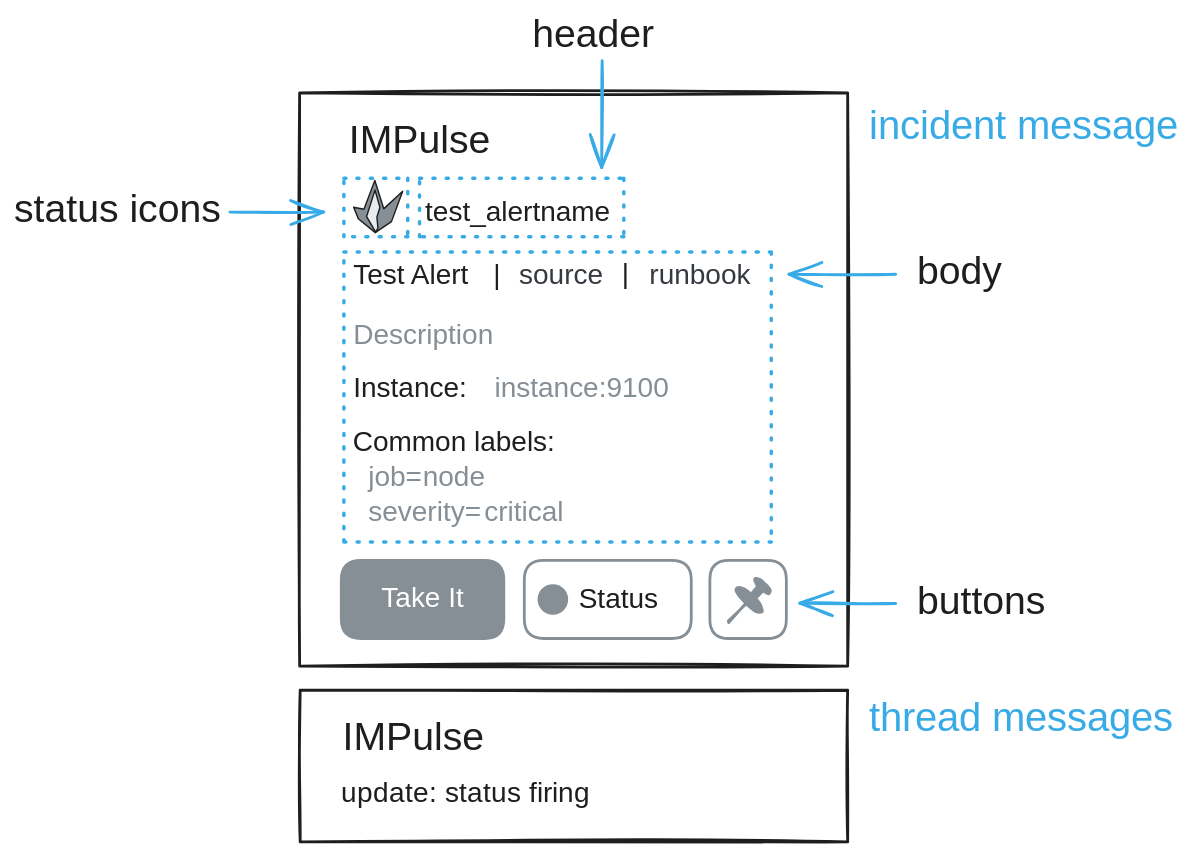
Earlier version of the Excalidraw export docs/content/media/impulse_telegram_message_structure.excalidraw.svg (eslupmi/impulse). Source tidied: one line per element, renumbered; positions are measured from the earlier drawing's top-left corner, leaving out a move shared by most shapes.
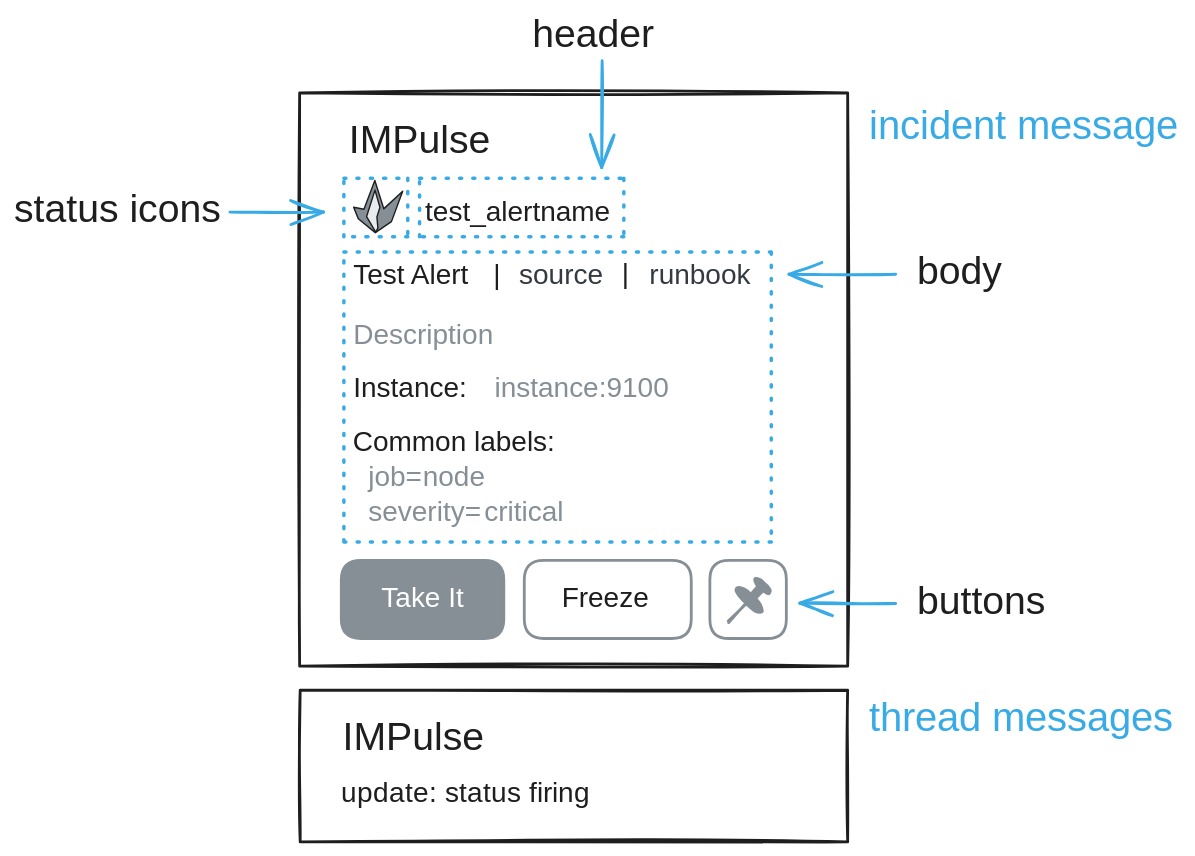
Later version of the same file.

Commit message:
Replace button Status with Freeze on docs images, update broken link

The edit, as a diff of the source:
```diff
@@ -28,8 +28,7 @@
 {"id": 27, "type": "rectangle", "strokeColor": "#868e96", "backgroundColor": "#868e96", "fillStyle": "solid", "strokeWidth": 2, "roughness": 0, "round": true, "x": 234, "y": 390, "width": 116, "height": 56}
 {"id": 28, "type": "text", "text": "Take It", "strokeColor": "#ffffff", "backgroundColor": "#099268", "fillStyle": "solid", "strokeWidth": 2, "roughness": 0, "fontSize": 20, "fontFamily": 2, "textAlign": "center", "verticalAlign": "middle", "inside": 27, "x": 262, "y": 407, "width": 59, "height": 23}
 {"id": 29, "type": "rectangle", "strokeColor": "#868e96", "backgroundColor": "#ffffff", "fillStyle": "solid", "strokeWidth": 2, "roughness": 0, "round": true, "x": 365, "y": 390, "width": 119, "height": 56}
-{"id": 30, "type": "text", "text": "Status", "strokeColor": "#1e1e1e", "backgroundColor": "#ffffff", "fillStyle": "solid", "strokeWidth": 2, "roughness": 0, "fontSize": 20, "fontFamily": 2, "textAlign": "right", "x": 403, "y": 407, "width": 57, "height": 23}
+{"id": 30, "type": "text", "text": "Freeze", "strokeColor": "#1e1e1e", "backgroundColor": "#ffffff", "fillStyle": "solid", "strokeWidth": 2, "roughness": 0, "fontSize": 20, "fontFamily": 2, "textAlign": "right", "x": 393, "y": 407, "width": 61, "height": 23}
-{"id": 31, "type": "ellipse", "strokeColor": "transparent", "backgroundColor": "#868e96", "fillStyle": "solid", "strokeWidth": 2, "roughness": 0, "round": true, "x": 374, "y": 407, "width": 22, "height": 22}
 {"id": 32, "type": "rectangle", "strokeColor": "#868e96", "backgroundColor": "#ffffff", "fillStyle": "solid", "strokeWidth": 2, "roughness": 0, "round": true, "x": 497, "y": 390, "width": 55, "height": 56}
 {"id": 33, "type": "ellipse", "strokeColor": "#868e96", "angle": 0.75, "backgroundColor": "#868e96", "fillStyle": "solid", "strokeWidth": 2, "roughness": 1, "round": true, "x": 528, "y": 407, "width": 14, "height": 4}
 {"id": 34, "type": "rectangle", "strokeColor": "#868e96", "angle": 0.75, "backgroundColor": "#868e96", "fillStyle": "solid", "strokeWidth": 2, "roughness": 1, "round": true, "x": 529, "y": 407, "width": 5, "height": 12}
```
